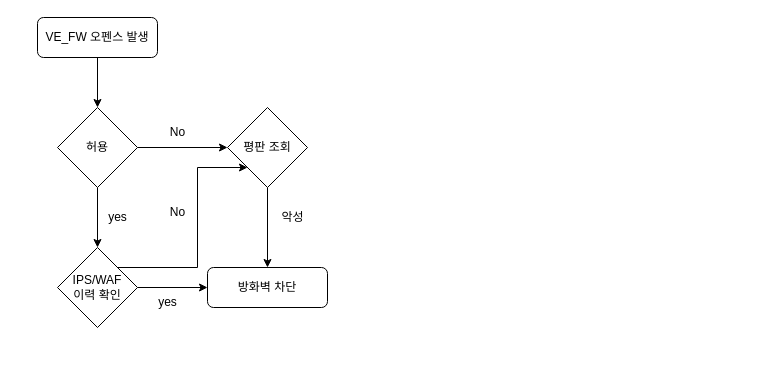
Earlier version of the draw.io diagram Test.drawio (mangjong/Working). Source tidied: cells renumbered, new cells numbered last; positions are measured from the earlier drawing's top-left corner, leaving out a move shared by most shapes. Both pictures are drawn from the tidied source at 100%, with x=0, y=0 at pixel (37, 17).
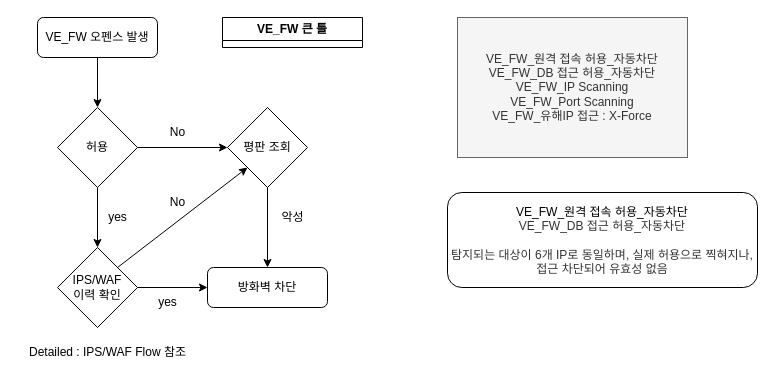
The same diagram, later.

The change refers to these unchanged cells:
```xml
<mxCell id="8" value="IPS/WAF&lt;br&gt;이력 확인" style="rhombus;whiteSpace=wrap;html=1;" parent="1" vertex="1">
  <mxGeometry x="20" y="230" width="80" height="80" as="geometry" />
</mxCell>
<mxCell id="12" value="평판 조회" style="rhombus;whiteSpace=wrap;html=1;" parent="1" vertex="1">
  <mxGeometry x="190" y="90" width="80" height="80" as="geometry" />
</mxCell>
```

What changed in the source:
```diff
@@
-    <mxCell id="16" style="edgeStyle=orthogonalEdgeStyle;rounded=0;jettySize=auto;html=1;exitX=1;exitY=0;exitDx=0;exitDy=0;entryX=0;entryY=1;entryDx=0;entryDy=0;" parent="1" edge="1" source="8" target="12">
-      <mxGeometry relative="1" as="geometry">
-        <Array as="points">
-          <mxPoint x="160" y="250" />
-          <mxPoint x="160" y="150" />
-        </Array>
-      </mxGeometry>
+    <mxCell id="16" style="rounded=0;jettySize=auto;html=1;exitX=1;exitY=0;exitDx=0;exitDy=0;entryX=0;entryY=1;entryDx=0;entryDy=0;" parent="1" edge="1" source="8" target="12">
+      <mxGeometry relative="1" as="geometry" />
     </mxCell>
     <mxCell id="17" value="No" style="text;html=1;align=center;verticalAlign=middle;strokeColor=none;fillColor=none;" parent="1" vertex="1">
-      <mxGeometry x="120" y="180" width="40" height="30" as="geometry" />
+      <mxGeometry x="120" y="170" width="40" height="30" as="geometry" />
     </mxCell>
+    <mxCell id="18" value="VE_FW_원격 접속 허용_자동차단&lt;br&gt;VE_FW_DB 접근 허용_자동차단&lt;br&gt;VE_FW_IP Scanning&lt;br&gt;VE_FW_Port Scanning&lt;br&gt;VE_FW_유해IP 접근 : X-Force" style="rounded=0;whiteSpace=wrap;html=1;fillColor=#f5f5f5;fontColor=#333333;strokeColor=#666666;" parent="1" vertex="1">
+      <mxGeometry x="420" width="230" height="140" as="geometry" />
+    </mxCell>
+    <mxCell id="19" value="Detailed : IPS/WAF Flow 참조" style="text;html=1;align=center;verticalAlign=middle;strokeColor=none;fillColor=none;" parent="1" vertex="1">
+      <mxGeometry x="-20" y="320" width="180" height="30" as="geometry" />
+    </mxCell>
+    <mxCell id="20" value="VE_FW_원격 접속 허용_자동차단&lt;br style=&quot;border-color: var(--border-color); color: rgb(51, 51, 51);&quot;&gt;&lt;span style=&quot;color: rgb(51, 51, 51);&quot;&gt;VE_FW_DB 접근 허용_자동차단&lt;br&gt;&lt;br&gt;탐지되는 대상이 6개 IP로 동일하며, 실제 허용으로 찍혀지나, 접근 차단되어 유효성 없음&lt;br&gt;&lt;/span&gt;" style="rounded=1;whiteSpace=wrap;html=1;" parent="1" vertex="1">
+      <mxGeometry x="410" y="175" width="310" height="95" as="geometry" />
+    </mxCell>
+    <mxCell id="21" value="VE_FW 큰 틀" style="swimlane;whiteSpace=wrap;html=1;" parent="1" vertex="1" collapsed="1">
+      <mxGeometry x="185" width="140" height="30" as="geometry" />
+    </mxCell>
```
